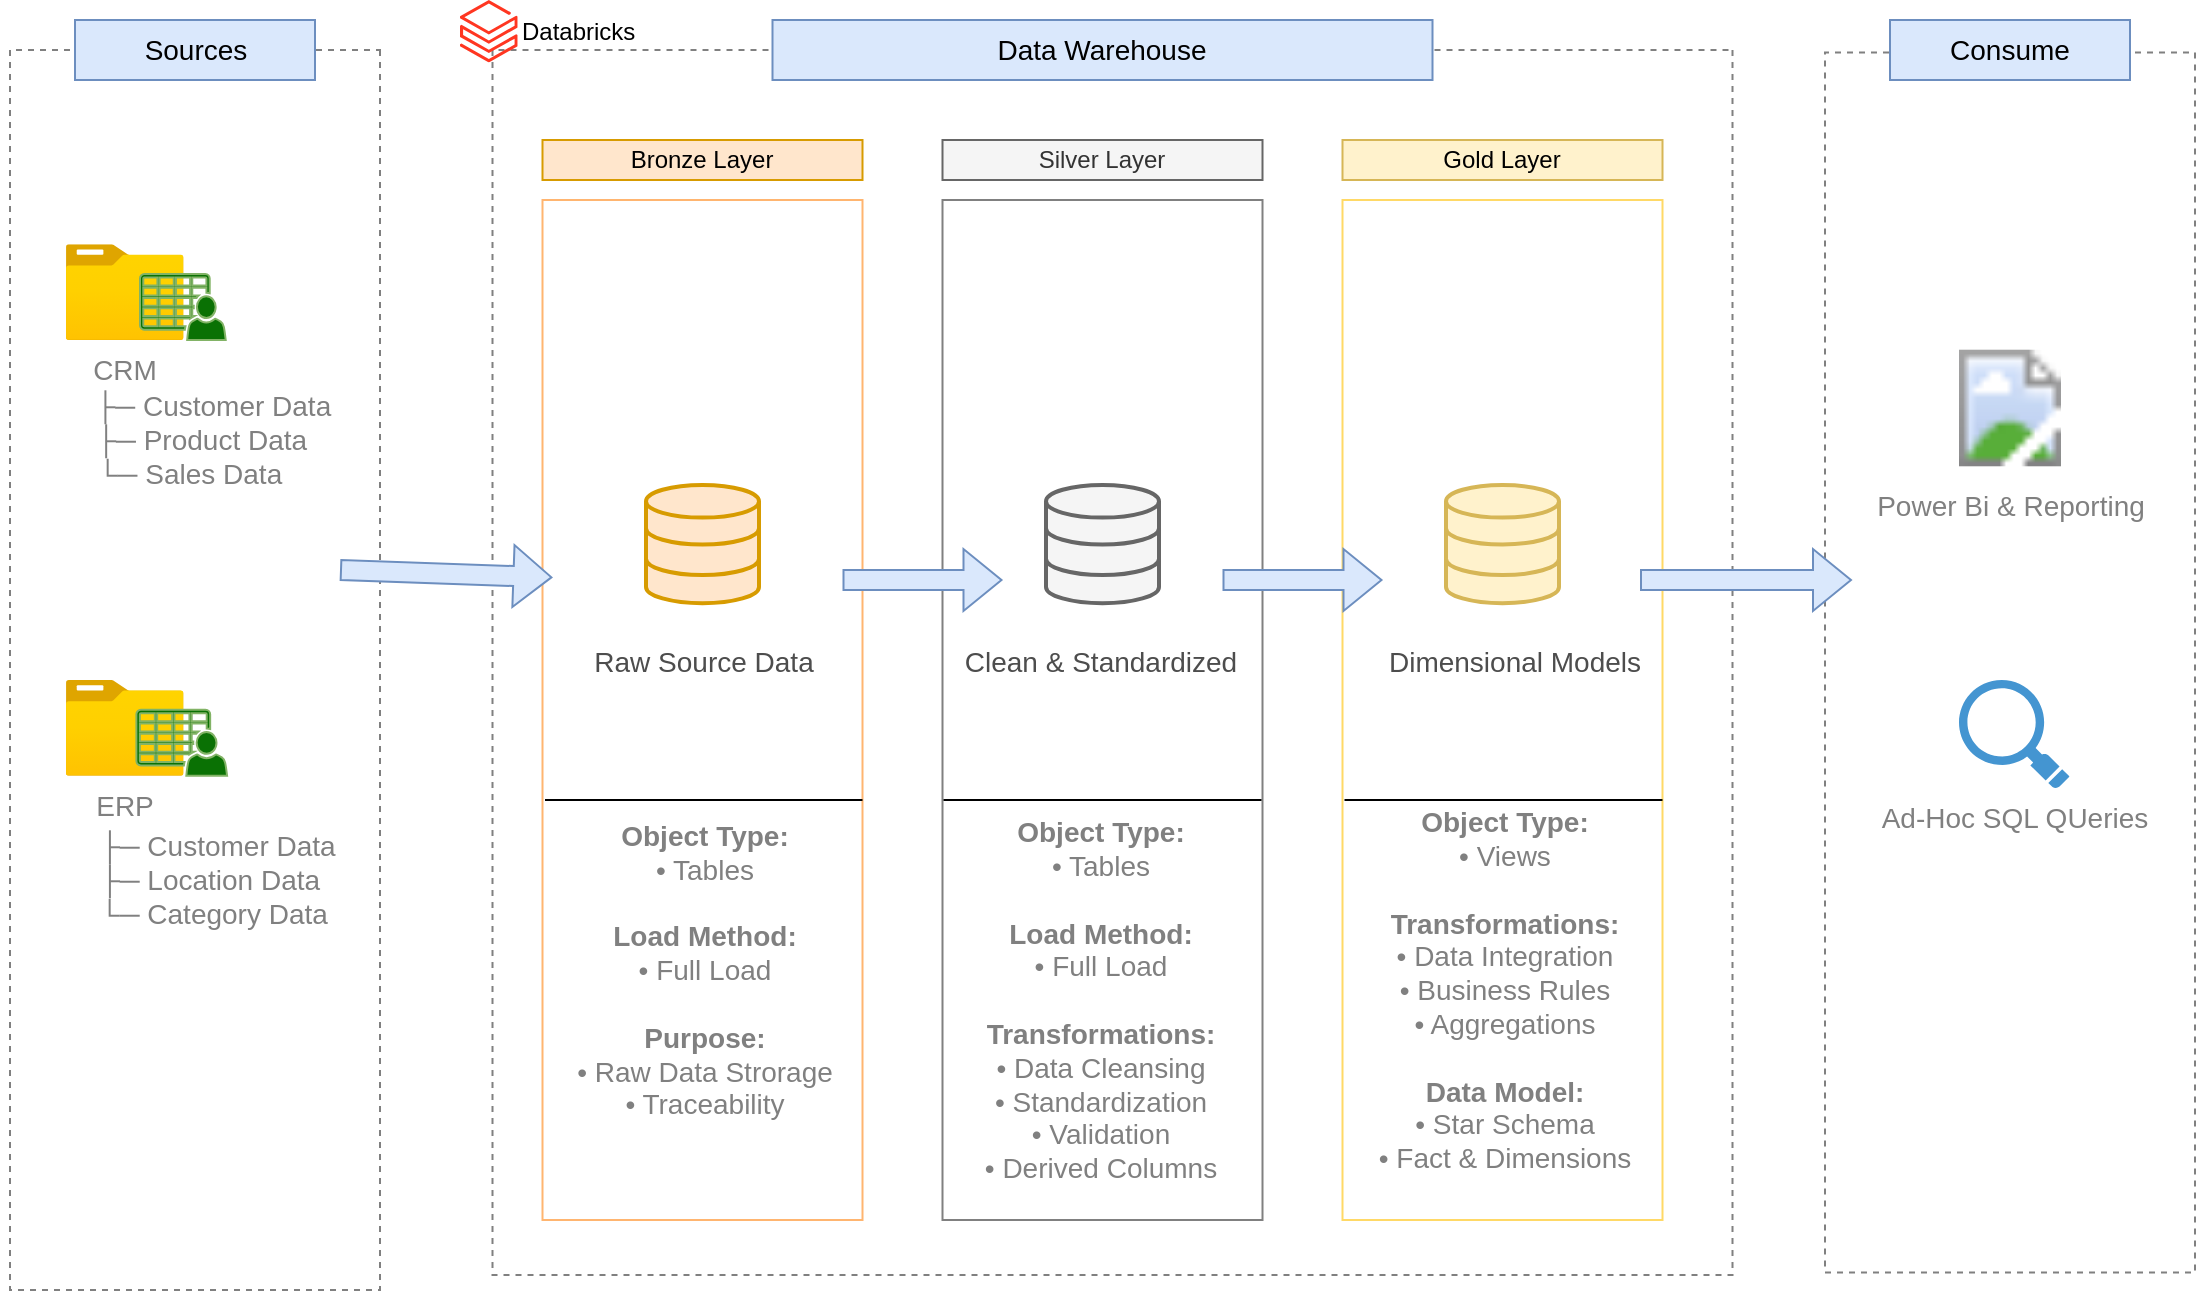
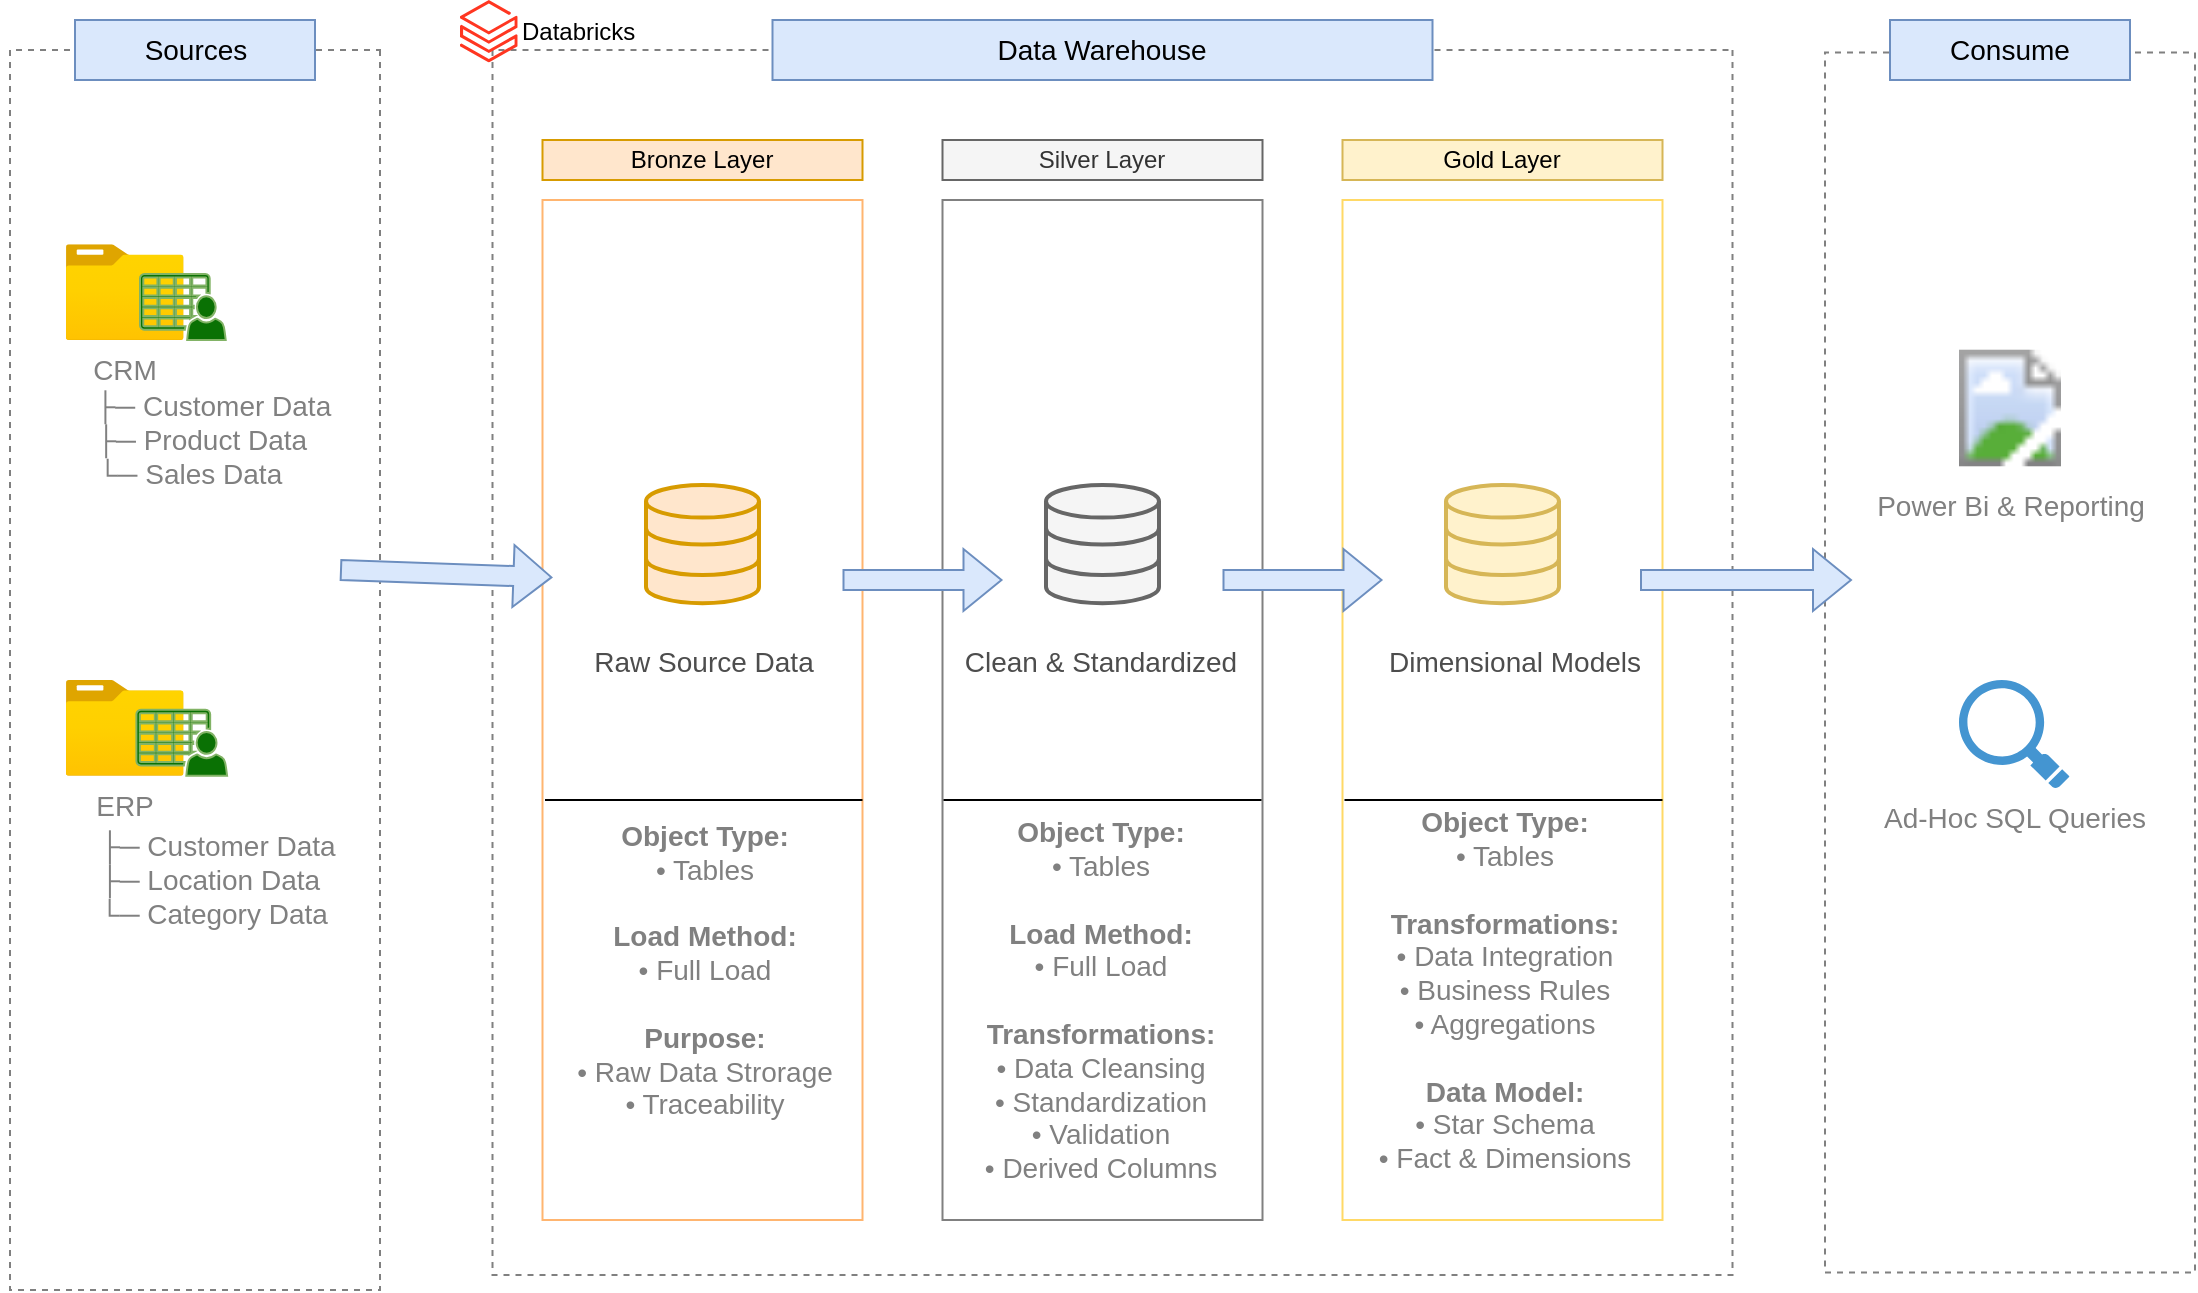
<mxfile host="Electron">
  <diagram name="Page-1" id="JmWpV1c4y_h1NtVCD6Fz">
-     <mxGraphModel dx="1772" dy="1195" grid="1" gridSize="10" guides="1" tooltips="1" connect="1" arrows="1" fold="1" page="0" pageScale="1" pageWidth="850" pageHeight="1100" math="0" shadow="0">
+     <mxGraphModel dx="1612" dy="1185" grid="1" gridSize="10" guides="1" tooltips="1" connect="1" arrows="1" fold="1" page="0" pageScale="1" pageWidth="850" pageHeight="1100" math="0" shadow="0">
      <root>
        <mxCell id="0" />
        <mxCell id="1" parent="0" />
        <mxCell id="Gvy96oQtpERFlDg0RRQC-1" parent="1" style="rounded=0;whiteSpace=wrap;html=1;rotation=90;strokeColor=#808080;fillColor=none;dashed=1;" value="" vertex="1">
          <mxGeometry height="185" width="620" x="-412.5" y="402.5" as="geometry" />
        </mxCell>
        <mxCell id="Gvy96oQtpERFlDg0RRQC-2" parent="1" style="rounded=0;whiteSpace=wrap;html=1;strokeColor=#6c8ebf;fillColor=#dae8fc;" value="&lt;font style=&quot;font-size: 14px;&quot;&gt;Sources&lt;/font&gt;" vertex="1">
          <mxGeometry height="30" width="120" x="-162.5" y="170" as="geometry" />
        </mxCell>
        <mxCell id="Gvy96oQtpERFlDg0RRQC-3" parent="1" style="rounded=0;whiteSpace=wrap;html=1;rotation=90;strokeColor=#808080;fillColor=none;dashed=1;" value="" vertex="1">
          <mxGeometry height="620" width="612.5" x="50" y="181.25" as="geometry" />
        </mxCell>
        <mxCell id="Gvy96oQtpERFlDg0RRQC-5" parent="1" style="rounded=0;whiteSpace=wrap;html=1;rotation=90;strokeColor=#808080;fillColor=none;dashed=1;" value="" vertex="1">
          <mxGeometry height="185" width="610" x="500" y="398.75" as="geometry" />
        </mxCell>
        <mxCell id="Gvy96oQtpERFlDg0RRQC-6" parent="1" style="rounded=0;whiteSpace=wrap;html=1;strokeColor=#6c8ebf;fillColor=#dae8fc;" value="&lt;font style=&quot;font-size: 14px;&quot;&gt;Consume&lt;/font&gt;" vertex="1">
          <mxGeometry height="30" width="120" x="745" y="170" as="geometry" />
        </mxCell>
        <mxCell id="Gvy96oQtpERFlDg0RRQC-7" parent="1" style="rounded=0;whiteSpace=wrap;html=1;strokeColor=#6c8ebf;fillColor=#dae8fc;" value="&lt;font style=&quot;font-size: 14px;&quot;&gt;Data Warehouse&lt;/font&gt;" vertex="1">
          <mxGeometry height="30" width="330" x="186.25" y="170" as="geometry" />
        </mxCell>
        <mxCell id="Gvy96oQtpERFlDg0RRQC-8" parent="1" style="rounded=0;whiteSpace=wrap;html=1;fillColor=#ffe6cc;strokeColor=#d79b00;" value="Bronze Layer" vertex="1">
          <mxGeometry height="20" width="160" x="71.25" y="230" as="geometry" />
        </mxCell>
        <mxCell id="Gvy96oQtpERFlDg0RRQC-9" parent="1" style="rounded=0;whiteSpace=wrap;html=1;fillColor=none;strokeColor=#FFB570;" value="" vertex="1">
          <mxGeometry height="510" width="160" x="71.25" y="260" as="geometry" />
        </mxCell>
        <mxCell id="Gvy96oQtpERFlDg0RRQC-10" parent="1" style="rounded=0;whiteSpace=wrap;html=1;fillColor=#f5f5f5;strokeColor=#666666;fontColor=#333333;" value="Silver Layer" vertex="1">
          <mxGeometry height="20" width="160" x="271.25" y="230" as="geometry" />
        </mxCell>
        <mxCell id="Gvy96oQtpERFlDg0RRQC-11" parent="1" style="rounded=0;whiteSpace=wrap;html=1;fillColor=none;strokeColor=#808080;" value="" vertex="1">
          <mxGeometry height="510" width="160" x="271.25" y="260" as="geometry" />
        </mxCell>
        <mxCell id="Gvy96oQtpERFlDg0RRQC-12" parent="1" style="rounded=0;whiteSpace=wrap;html=1;fillColor=none;strokeColor=#FFD966;" value="" vertex="1">
          <mxGeometry height="510" width="160" x="471.25" y="260" as="geometry" />
        </mxCell>
        <mxCell id="Gvy96oQtpERFlDg0RRQC-13" parent="1" style="rounded=0;whiteSpace=wrap;html=1;fillColor=#fff2cc;strokeColor=#d6b656;" value="Gold Layer" vertex="1">
          <mxGeometry height="20" width="160" x="471.25" y="230" as="geometry" />
        </mxCell>
        <mxCell id="Gvy96oQtpERFlDg0RRQC-14" parent="1" style="image;aspect=fixed;html=1;points=[];align=center;fontSize=12;image=img/lib/azure2/general/Folder_Blank.svg;" value="&lt;font style=&quot;color: rgb(128, 128, 128); font-size: 14px;&quot;&gt;CRM&lt;/font&gt;" vertex="1">
          <mxGeometry height="47.88" width="59" x="-167.15" y="282.12" as="geometry" />
        </mxCell>
        <mxCell id="Gvy96oQtpERFlDg0RRQC-16" parent="1" style="image;aspect=fixed;html=1;points=[];align=center;fontSize=12;image=img/lib/azure2/general/Folder_Blank.svg;" value="&lt;font style=&quot;color: rgb(128, 128, 128); font-size: 14px;&quot;&gt;ERP&lt;/font&gt;" vertex="1">
          <mxGeometry height="47.88" width="59" x="-167.15" y="500" as="geometry" />
        </mxCell>
        <mxCell id="Gvy96oQtpERFlDg0RRQC-18" parent="1" style="sketch=0;pointerEvents=1;shadow=0;dashed=0;html=1;strokeColor=#82b366;fillColor=light-dark(#0a7104, #1f2f1e);labelPosition=center;verticalLabelPosition=bottom;verticalAlign=top;outlineConnect=0;align=center;shape=mxgraph.office.users.csv_file;" value="" vertex="1">
          <mxGeometry height="33" width="42.85" x="-130" y="297" as="geometry" />
        </mxCell>
        <mxCell id="Gvy96oQtpERFlDg0RRQC-19" parent="1" style="sketch=0;pointerEvents=1;shadow=0;dashed=0;html=1;strokeColor=#82b366;fillColor=light-dark(#0a7104, #1f2f1e);labelPosition=center;verticalLabelPosition=bottom;verticalAlign=top;outlineConnect=0;align=center;shape=mxgraph.office.users.csv_file;" value="" vertex="1">
          <mxGeometry height="33" width="45.35" x="-131.8" y="514.88" as="geometry" />
        </mxCell>
        <mxCell id="Gvy96oQtpERFlDg0RRQC-24" parent="1" style="rounded=0;whiteSpace=wrap;html=1;fillColor=none;strokeColor=none;" value="&lt;font style=&quot;color: rgb(128, 128, 128); font-size: 14px;&quot;&gt;&amp;nbsp; &amp;nbsp; &amp;nbsp; ├─ Customer Data&lt;/font&gt;&lt;div&gt;&lt;font style=&quot;color: rgb(128, 128, 128); font-size: 14px;&quot;&gt;&amp;nbsp; &amp;nbsp;├─ Product Data&lt;/font&gt;&lt;div&gt;&lt;font style=&quot;color: rgb(128, 128, 128); font-size: 14px;&quot;&gt;└─ Sales Data&lt;/font&gt;&lt;/div&gt;&lt;/div&gt;" vertex="1">
          <mxGeometry height="80" width="190" x="-200" y="340" as="geometry" />
        </mxCell>
        <mxCell id="Gvy96oQtpERFlDg0RRQC-25" parent="1" style="rounded=0;whiteSpace=wrap;html=1;fillColor=none;strokeColor=none;" value="&lt;font style=&quot;color: rgb(128, 128, 128); font-size: 14px;&quot;&gt;&amp;nbsp; ├─ Customer Data&lt;/font&gt;&lt;div&gt;&lt;span style=&quot;background-color: transparent;&quot;&gt;&lt;font style=&quot;color: rgb(128, 128, 128); font-size: 14px;&quot;&gt;├─ Location Data&lt;/font&gt;&lt;/span&gt;&lt;div&gt;&lt;font style=&quot;color: rgb(128, 128, 128); font-size: 14px;&quot;&gt;&amp;nbsp;└─ Category Data&lt;/font&gt;&lt;/div&gt;&lt;/div&gt;" vertex="1">
          <mxGeometry height="80" width="190" x="-190" y="560" as="geometry" />
        </mxCell>
        <mxCell id="Gvy96oQtpERFlDg0RRQC-30" parent="1" style="html=1;verticalLabelPosition=bottom;align=center;labelBackgroundColor=#ffffff;verticalAlign=top;strokeWidth=2;strokeColor=#d79b00;shadow=0;dashed=0;shape=mxgraph.ios7.icons.data;fillColor=#ffe6cc;" value="" vertex="1">
          <mxGeometry height="59.1" width="56.5" x="123" y="402.5" as="geometry" />
        </mxCell>
        <mxCell id="Gvy96oQtpERFlDg0RRQC-31" parent="1" style="html=1;verticalLabelPosition=bottom;align=center;labelBackgroundColor=#ffffff;verticalAlign=top;strokeWidth=2;strokeColor=#666666;shadow=0;dashed=0;shape=mxgraph.ios7.icons.data;fillColor=#f5f5f5;fontColor=#333333;" value="" vertex="1">
          <mxGeometry height="59.1" width="56.5" x="323" y="402.5" as="geometry" />
        </mxCell>
        <mxCell id="Gvy96oQtpERFlDg0RRQC-32" parent="1" style="html=1;verticalLabelPosition=bottom;align=center;labelBackgroundColor=#ffffff;verticalAlign=top;strokeWidth=2;strokeColor=#d6b656;shadow=0;dashed=0;shape=mxgraph.ios7.icons.data;fillColor=#fff2cc;" value="" vertex="1">
          <mxGeometry height="59.1" width="56.5" x="523" y="402.5" as="geometry" />
        </mxCell>
        <mxCell id="Gvy96oQtpERFlDg0RRQC-33" edge="1" parent="1" style="shape=flexArrow;endArrow=classic;startArrow=none;html=1;rounded=0;entryX=0.031;entryY=0.37;entryDx=0;entryDy=0;entryPerimeter=0;startFill=0;fillColor=#dae8fc;strokeColor=#6c8ebf;" target="Gvy96oQtpERFlDg0RRQC-9" value="">
          <mxGeometry height="100" relative="1" width="100" as="geometry">
            <mxPoint x="-30" y="445" as="sourcePoint" />
            <mxPoint x="120" y="460" as="targetPoint" />
          </mxGeometry>
        </mxCell>
        <mxCell id="Gvy96oQtpERFlDg0RRQC-35" edge="1" parent="1" style="shape=flexArrow;endArrow=classic;startArrow=none;html=1;rounded=0;startFill=0;fillColor=#dae8fc;strokeColor=#6c8ebf;" value="">
          <mxGeometry height="100" relative="1" width="100" as="geometry">
            <mxPoint x="221.25" y="450" as="sourcePoint" />
            <mxPoint x="301.25" y="450" as="targetPoint" />
          </mxGeometry>
        </mxCell>
        <mxCell id="Gvy96oQtpERFlDg0RRQC-36" edge="1" parent="1" style="shape=flexArrow;endArrow=classic;startArrow=none;html=1;rounded=0;startFill=0;fillColor=#dae8fc;strokeColor=#6c8ebf;" value="">
          <mxGeometry height="100" relative="1" width="100" as="geometry">
            <mxPoint x="411.25" y="450" as="sourcePoint" />
            <mxPoint x="491.25" y="450" as="targetPoint" />
          </mxGeometry>
        </mxCell>
        <mxCell id="Gvy96oQtpERFlDg0RRQC-37" edge="1" parent="1" style="shape=flexArrow;endArrow=classic;startArrow=none;html=1;rounded=0;entryX=0.031;entryY=0.37;entryDx=0;entryDy=0;entryPerimeter=0;startFill=0;fillColor=#dae8fc;strokeColor=#6c8ebf;" value="">
          <mxGeometry height="100" relative="1" width="100" as="geometry">
            <mxPoint x="620" y="450" as="sourcePoint" />
            <mxPoint x="726" y="450" as="targetPoint" />
          </mxGeometry>
        </mxCell>
        <mxCell id="Gvy96oQtpERFlDg0RRQC-42" parent="1" style="text;html=1;whiteSpace=wrap;strokeColor=none;fillColor=none;align=center;verticalAlign=middle;rounded=0;" value="&lt;font style=&quot;color: rgb(77, 77, 77); font-size: 14px;&quot;&gt;Raw Source Data&lt;/font&gt;" vertex="1">
          <mxGeometry height="30" width="136.37" x="83.69" y="476" as="geometry" />
        </mxCell>
        <mxCell id="Gvy96oQtpERFlDg0RRQC-43" parent="1" style="text;html=1;whiteSpace=wrap;strokeColor=none;fillColor=none;align=center;verticalAlign=middle;rounded=0;" value="&lt;font style=&quot;color: rgb(77, 77, 77); font-size: 14px;&quot;&gt;Clean &amp;amp; Standardized&lt;/font&gt;" vertex="1">
          <mxGeometry height="30" width="158.75" x="271.25" y="476" as="geometry" />
        </mxCell>
        <mxCell id="Gvy96oQtpERFlDg0RRQC-44" parent="1" style="text;html=1;whiteSpace=wrap;strokeColor=none;fillColor=none;align=center;verticalAlign=middle;rounded=0;" value="&lt;font style=&quot;color: rgb(77, 77, 77); font-size: 14px;&quot;&gt;Dimensional Models&lt;/font&gt;" vertex="1">
          <mxGeometry height="30" width="147" x="484.25" y="476.25" as="geometry" />
        </mxCell>
        <mxCell id="Gvy96oQtpERFlDg0RRQC-46" parent="1" style="rounded=0;whiteSpace=wrap;html=1;fillColor=none;strokeColor=none;" value="&lt;font style=&quot;color: rgb(128, 128, 128); font-size: 14px;&quot;&gt;&lt;b style=&quot;&quot;&gt;Object Type:&lt;/b&gt;&lt;br&gt;• Tables&lt;br&gt;&lt;br&gt;&lt;b style=&quot;&quot;&gt;Load Method:&lt;/b&gt;&lt;br&gt;• Full Load&lt;br&gt;&lt;br&gt;&lt;b style=&quot;&quot;&gt;Purpose:&lt;/b&gt;&lt;br&gt;• Raw Data Strorage&lt;br&gt;• Traceability&lt;/font&gt;" vertex="1">
          <mxGeometry height="190" width="158.75" x="72.5" y="550" as="geometry" />
        </mxCell>
        <mxCell id="Gvy96oQtpERFlDg0RRQC-47" parent="1" style="rounded=0;whiteSpace=wrap;html=1;fillColor=none;strokeColor=none;" value="&lt;font style=&quot;color: rgb(128, 128, 128); font-size: 14px;&quot;&gt;&lt;b style=&quot;&quot;&gt;Object Type:&lt;/b&gt;&lt;br&gt;• Tables&lt;br&gt;&lt;br&gt;&lt;b style=&quot;&quot;&gt;Load Method:&lt;/b&gt;&lt;br&gt;• Full Load&lt;br&gt;&lt;br&gt;&lt;b style=&quot;&quot;&gt;Transformations:&lt;/b&gt;&lt;br&gt;• Data Cleansing&lt;br&gt;• Standardization&lt;br&gt;• Validation&lt;br&gt;• Derived Columns&lt;/font&gt;" vertex="1">
          <mxGeometry height="180" width="158.75" x="271.25" y="570" as="geometry" />
        </mxCell>
-         <mxCell id="Gvy96oQtpERFlDg0RRQC-48" parent="1" style="rounded=0;whiteSpace=wrap;html=1;fillColor=none;strokeColor=none;" value="&lt;font style=&quot;color: rgb(128, 128, 128); font-size: 14px;&quot;&gt;&lt;b style=&quot;&quot;&gt;Object Type:&lt;/b&gt;&lt;br&gt;• Views&lt;br&gt;&lt;br&gt;&lt;b style=&quot;&quot;&gt;Transformations:&lt;/b&gt;&lt;br&gt;• Data Integration&lt;br&gt;• Business Rules&lt;br&gt;• Aggregations&lt;br&gt;&lt;br&gt;&lt;b style=&quot;&quot;&gt;Data Model:&lt;/b&gt;&lt;br&gt;• Star Schema&lt;/font&gt;&lt;div&gt;&lt;font style=&quot;color: rgb(128, 128, 128); font-size: 14px;&quot;&gt;• Fact &amp;amp; Dimensions&lt;/font&gt;&lt;/div&gt;" vertex="1">
+         <mxCell id="Gvy96oQtpERFlDg0RRQC-48" parent="1" style="rounded=0;whiteSpace=wrap;html=1;fillColor=none;strokeColor=none;" value="&lt;font style=&quot;color: rgb(128, 128, 128); font-size: 14px;&quot;&gt;&lt;b style=&quot;&quot;&gt;Object Type:&lt;/b&gt;&lt;br&gt;• Tables&lt;br&gt;&lt;br&gt;&lt;b style=&quot;&quot;&gt;Transformations:&lt;/b&gt;&lt;br&gt;• Data Integration&lt;br&gt;• Business Rules&lt;br&gt;• Aggregations&lt;br&gt;&lt;br&gt;&lt;b style=&quot;&quot;&gt;Data Model:&lt;/b&gt;&lt;br&gt;• Star Schema&lt;/font&gt;&lt;div&gt;&lt;font style=&quot;color: rgb(128, 128, 128); font-size: 14px;&quot;&gt;• Fact &amp;amp; Dimensions&lt;/font&gt;&lt;/div&gt;" vertex="1">
          <mxGeometry height="190" width="158.75" x="472.5" y="560" as="geometry" />
        </mxCell>
        <mxCell id="Gvy96oQtpERFlDg0RRQC-49" edge="1" parent="1" style="endArrow=none;html=1;rounded=0;entryX=1;entryY=0;entryDx=0;entryDy=0;exitX=0;exitY=0;exitDx=0;exitDy=0;" value="">
          <mxGeometry height="50" relative="1" width="50" as="geometry">
            <mxPoint x="72.5" y="560" as="sourcePoint" />
            <mxPoint x="231.25" y="560" as="targetPoint" />
          </mxGeometry>
        </mxCell>
        <mxCell id="Gvy96oQtpERFlDg0RRQC-50" edge="1" parent="1" style="endArrow=none;html=1;rounded=0;entryX=1;entryY=0;entryDx=0;entryDy=0;exitX=0;exitY=0;exitDx=0;exitDy=0;" value="">
          <mxGeometry height="50" relative="1" width="50" as="geometry">
            <mxPoint x="271.75" y="560" as="sourcePoint" />
            <mxPoint x="430.75" y="560" as="targetPoint" />
          </mxGeometry>
        </mxCell>
        <mxCell id="Gvy96oQtpERFlDg0RRQC-51" edge="1" parent="1" style="endArrow=none;html=1;rounded=0;entryX=1;entryY=0;entryDx=0;entryDy=0;exitX=0;exitY=0;exitDx=0;exitDy=0;" value="">
          <mxGeometry height="50" relative="1" width="50" as="geometry">
            <mxPoint x="472.25" y="560" as="sourcePoint" />
            <mxPoint x="631.25" y="560" as="targetPoint" />
          </mxGeometry>
        </mxCell>
        <mxCell id="Gvy96oQtpERFlDg0RRQC-52" parent="1" style="image;aspect=fixed;html=1;points=[];align=center;fontSize=12;image=img/lib/azure2/power_platform/PowerBI.svg;" value="&lt;font style=&quot;color: rgb(128, 128, 128); font-size: 14px;&quot;&gt;Power Bi &amp;amp; Reporting&lt;/font&gt;" vertex="1">
          <mxGeometry height="68" width="51" x="779.5" y="330" as="geometry" />
        </mxCell>
-         <mxCell id="Gvy96oQtpERFlDg0RRQC-53" parent="1" style="shadow=0;dashed=0;html=1;strokeColor=none;fillColor=#4495D1;labelPosition=center;verticalLabelPosition=bottom;verticalAlign=top;align=center;outlineConnect=0;shape=mxgraph.veeam.magnifying_glass;pointerEvents=1;" value="&lt;font style=&quot;color: rgb(128, 128, 128); font-size: 14px;&quot;&gt;Ad-Hoc SQL QUeries&lt;/font&gt;" vertex="1">
+         <mxCell id="Gvy96oQtpERFlDg0RRQC-53" parent="1" style="shadow=0;dashed=0;html=1;strokeColor=none;fillColor=#4495D1;labelPosition=center;verticalLabelPosition=bottom;verticalAlign=top;align=center;outlineConnect=0;shape=mxgraph.veeam.magnifying_glass;pointerEvents=1;" value="&lt;font style=&quot;color: rgb(128, 128, 128); font-size: 14px;&quot;&gt;Ad-Hoc SQL Queries&lt;/font&gt;" vertex="1">
          <mxGeometry height="54.4" width="55.2" x="779.5" y="500" as="geometry" />
        </mxCell>
        <mxCell id="Gvy96oQtpERFlDg0RRQC-56" parent="1" style="image;aspect=fixed;html=1;points=[];align=left;fontSize=12;image=img/lib/azure2/analytics/Azure_Databricks.svg;direction=east;labelPosition=right;verticalLabelPosition=middle;verticalAlign=middle;" value="Databricks" vertex="1">
          <mxGeometry height="31.23" width="28.85" x="30" y="160" as="geometry" />
        </mxCell>
      </root>
    </mxGraphModel>
  </diagram>
</mxfile>
